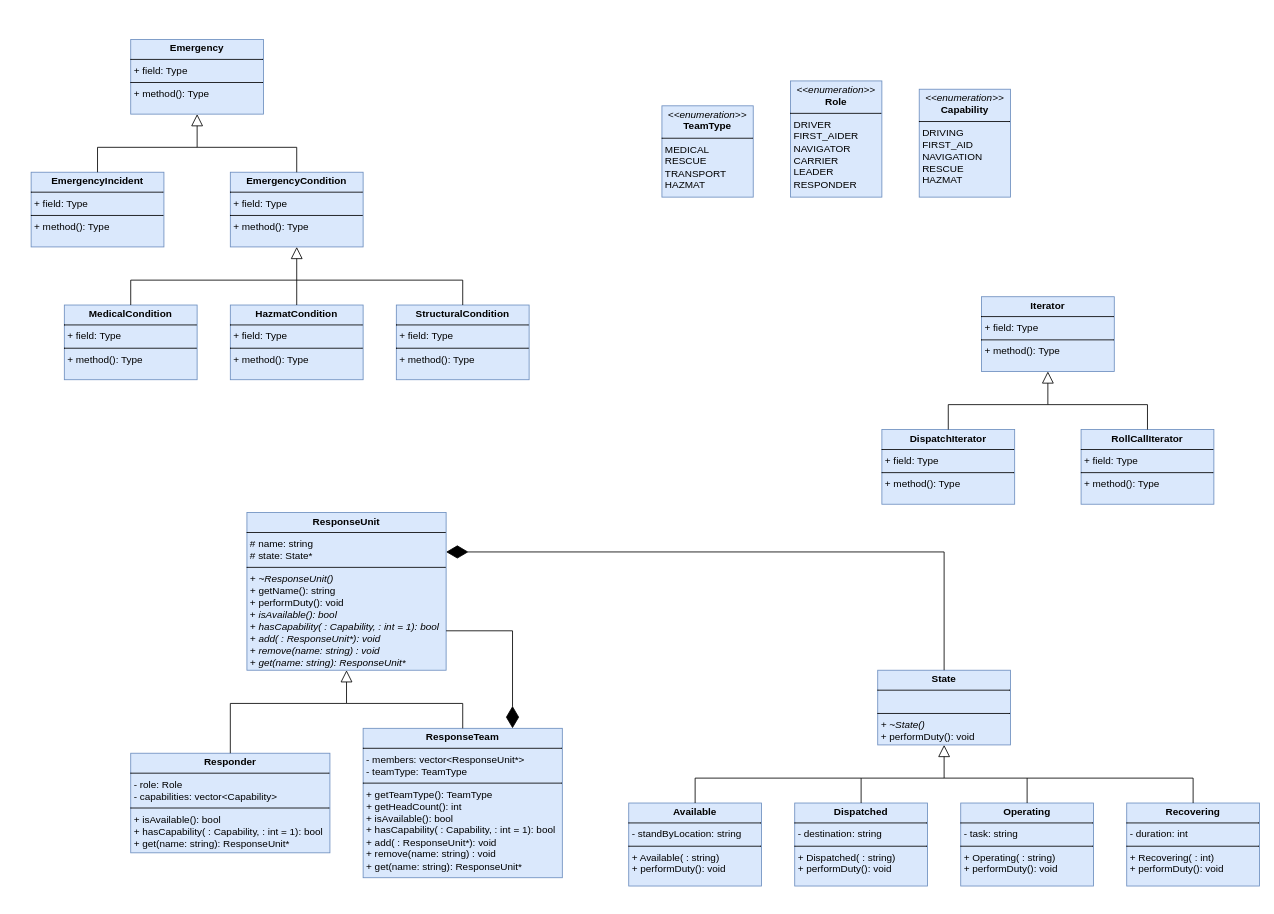
This is TaskForge_P4.drawio from KatNikKing/COS-214-Prac-4, a draw.io file, before an edit. Source tidied: cells renumbered, new cells numbered last; positions are measured from the earlier drawing's top-left corner, leaving out a move shared by most shapes. Both pictures are drawn from the tidied source at 83%, with x=0, y=0 at pixel (31, 39).
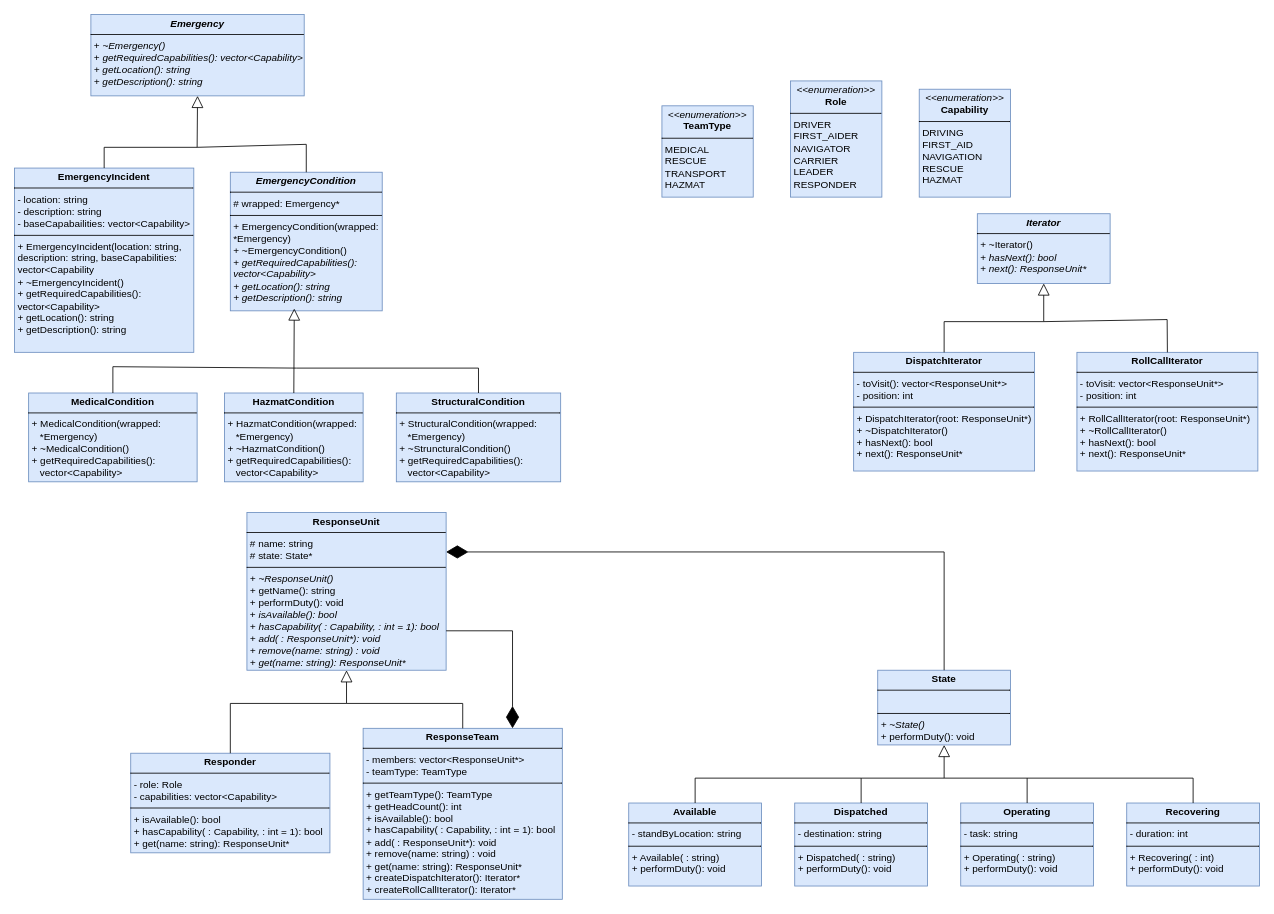
Above is the later version.

Commit message:
Added iterator and decorator to class diagram

Change to the diagram source:
```diff
@@
-    <mxCell id="12" value="&lt;p style=&quot;margin:0px;margin-top:4px;text-align:center;&quot;&gt;&lt;b&gt;Emergency&lt;/b&gt;&lt;/p&gt;&lt;hr size=&quot;1&quot; style=&quot;border-style:solid;&quot;&gt;&lt;p style=&quot;margin:0px;margin-left:4px;&quot;&gt;+ field: Type&lt;/p&gt;&lt;hr size=&quot;1&quot; style=&quot;border-style:solid;&quot;&gt;&lt;p style=&quot;margin:0px;margin-left:4px;&quot;&gt;+ method(): Type&lt;/p&gt;" style="verticalAlign=top;align=left;overflow=fill;html=1;whiteSpace=wrap;fillColor=#dae8fc;strokeColor=#6c8ebf;" parent="1" vertex="1">
-      <mxGeometry x="120" width="160" height="90" as="geometry" />
+    <mxCell id="12" value="&lt;p style=&quot;margin:0px;margin-top:4px;text-align:center;&quot;&gt;&lt;b&gt;&lt;i&gt;Emergency&lt;/i&gt;&lt;/b&gt;&lt;/p&gt;&lt;hr size=&quot;1&quot; style=&quot;border-style:solid;&quot;&gt;&lt;p style=&quot;margin:0px;margin-left:4px;&quot;&gt;+ &lt;i&gt;~Emergency()&lt;/i&gt;&lt;/p&gt;&lt;p style=&quot;margin:0px;margin-left:4px;&quot;&gt;&lt;span style=&quot;background-color: transparent; color: light-dark(rgb(0, 0, 0), rgb(255, 255, 255));&quot;&gt;+&lt;i&gt;&amp;nbsp;&lt;/i&gt;&lt;/span&gt;&lt;span style=&quot;background-color: transparent; color: light-dark(rgb(0, 0, 0), rgb(255, 255, 255));&quot;&gt;&lt;i&gt;getRequiredCapabilities(): vector&amp;lt;Capability&amp;gt;&lt;/i&gt;&lt;/span&gt;&lt;/p&gt;&lt;p style=&quot;margin:0px;margin-left:4px;&quot;&gt;&lt;span style=&quot;background-color: transparent; color: light-dark(rgb(0, 0, 0), rgb(255, 255, 255));&quot;&gt;&lt;i&gt;+ getLocation(): string&lt;/i&gt;&lt;/span&gt;&lt;/p&gt;&lt;p style=&quot;margin:0px;margin-left:4px;&quot;&gt;&lt;span style=&quot;background-color: transparent; color: light-dark(rgb(0, 0, 0), rgb(255, 255, 255));&quot;&gt;&lt;i&gt;+ getDescription(): string&lt;/i&gt;&lt;/span&gt;&lt;/p&gt;" style="verticalAlign=top;align=left;overflow=fill;html=1;whiteSpace=wrap;fillColor=#dae8fc;strokeColor=#6c8ebf;" parent="1" vertex="1">
+      <mxGeometry x="72" y="-30" width="257" height="98" as="geometry" />
     </mxCell>
-    <mxCell id="13" value="&lt;p style=&quot;margin:0px;margin-top:4px;text-align:center;&quot;&gt;&lt;b&gt;EmergencyIncident&lt;/b&gt;&lt;/p&gt;&lt;hr size=&quot;1&quot; style=&quot;border-style:solid;&quot;&gt;&lt;p style=&quot;margin:0px;margin-left:4px;&quot;&gt;+ field: Type&lt;/p&gt;&lt;hr size=&quot;1&quot; style=&quot;border-style:solid;&quot;&gt;&lt;p style=&quot;margin:0px;margin-left:4px;&quot;&gt;+ method(): Type&lt;/p&gt;" style="verticalAlign=top;align=left;overflow=fill;html=1;whiteSpace=wrap;fillColor=#dae8fc;strokeColor=#6c8ebf;" parent="1" vertex="1">
-      <mxGeometry y="160" width="160" height="90" as="geometry" />
+    <mxCell id="13" value="&lt;p style=&quot;margin:0px;margin-top:4px;text-align:center;&quot;&gt;&lt;b&gt;EmergencyIncident&lt;/b&gt;&lt;/p&gt;&lt;hr size=&quot;1&quot; style=&quot;border-style:solid;&quot;&gt;&lt;p style=&quot;margin:0px;margin-left:4px;&quot;&gt;- location: string&lt;/p&gt;&lt;p style=&quot;margin:0px;margin-left:4px;&quot;&gt;- description: string&lt;/p&gt;&lt;p style=&quot;margin:0px;margin-left:4px;&quot;&gt;- baseCapabailities: vector&amp;lt;Capability&amp;gt;&lt;/p&gt;&lt;hr size=&quot;1&quot; style=&quot;border-style:solid;&quot;&gt;&lt;p style=&quot;margin:0px;margin-left:4px;&quot;&gt;+ EmergencyIncident(location: string, description: string, baseCapabilities: vector&amp;lt;Capability&lt;/p&gt;&lt;p style=&quot;margin:0px;margin-left:4px;&quot;&gt;+ ~EmergencyIncident()&lt;/p&gt;&lt;p style=&quot;margin:0px;margin-left:4px;&quot;&gt;+ getRequiredCapabilities(): vector&amp;lt;Capability&amp;gt;&lt;/p&gt;&lt;p style=&quot;margin:0px;margin-left:4px;&quot;&gt;+ getLocation(): string&lt;/p&gt;&lt;p style=&quot;margin:0px;margin-left:4px;&quot;&gt;+ getDescription(): string&lt;/p&gt;" style="verticalAlign=top;align=left;overflow=fill;html=1;whiteSpace=wrap;fillColor=#dae8fc;strokeColor=#6c8ebf;" parent="1" vertex="1">
+      <mxGeometry x="-20" y="155" width="216" height="222" as="geometry" />
     </mxCell>
-    <mxCell id="14" value="&lt;p style=&quot;margin:0px;margin-top:4px;text-align:center;&quot;&gt;&lt;b&gt;EmergencyCondition&lt;/b&gt;&lt;/p&gt;&lt;hr size=&quot;1&quot; style=&quot;border-style:solid;&quot;&gt;&lt;p style=&quot;margin:0px;margin-left:4px;&quot;&gt;+ field: Type&lt;/p&gt;&lt;hr size=&quot;1&quot; style=&quot;border-style:solid;&quot;&gt;&lt;p style=&quot;margin:0px;margin-left:4px;&quot;&gt;+ method(): Type&lt;/p&gt;" style="verticalAlign=top;align=left;overflow=fill;html=1;whiteSpace=wrap;fillColor=#dae8fc;strokeColor=#6c8ebf;" parent="1" vertex="1">
-      <mxGeometry x="240" y="160" width="160" height="90" as="geometry" />
+    <mxCell id="14" value="&lt;p style=&quot;margin:0px;margin-top:4px;text-align:center;&quot;&gt;&lt;b&gt;&lt;i&gt;EmergencyCondition&lt;/i&gt;&lt;/b&gt;&lt;/p&gt;&lt;hr size=&quot;1&quot; style=&quot;border-style:solid;&quot;&gt;&lt;p style=&quot;margin:0px;margin-left:4px;&quot;&gt;# wrapped: Emergency*&lt;/p&gt;&lt;hr size=&quot;1&quot; style=&quot;border-style:solid;&quot;&gt;&lt;p style=&quot;margin:0px;margin-left:4px;&quot;&gt;+ EmergencyCondition(wrapped: *Emergency)&lt;/p&gt;&lt;p style=&quot;margin:0px;margin-left:4px;&quot;&gt;+ ~EmergencyCondition()&lt;/p&gt;&lt;p style=&quot;margin:0px;margin-left:4px;&quot;&gt;+ &lt;i&gt;getRequiredCapabilities(): vector&amp;lt;Capability&amp;gt;&lt;/i&gt;&lt;/p&gt;&lt;p style=&quot;margin:0px;margin-left:4px;&quot;&gt;&lt;i&gt;+ getLocation(): string&lt;/i&gt;&lt;/p&gt;&lt;p style=&quot;margin:0px;margin-left:4px;&quot;&gt;&lt;i&gt;+ getDescription(): string&lt;/i&gt;&lt;/p&gt;" style="verticalAlign=top;align=left;overflow=fill;html=1;whiteSpace=wrap;fillColor=#dae8fc;strokeColor=#6c8ebf;" parent="1" vertex="1">
+      <mxGeometry x="240" y="160" width="183" height="167" as="geometry" />
     </mxCell>
-    <mxCell id="15" value="&lt;p style=&quot;margin:0px;margin-top:4px;text-align:center;&quot;&gt;&lt;b&gt;MedicalCondition&lt;/b&gt;&lt;/p&gt;&lt;hr size=&quot;1&quot; style=&quot;border-style:solid;&quot;&gt;&lt;p style=&quot;margin:0px;margin-left:4px;&quot;&gt;+ field: Type&lt;/p&gt;&lt;hr size=&quot;1&quot; style=&quot;border-style:solid;&quot;&gt;&lt;p style=&quot;margin:0px;margin-left:4px;&quot;&gt;+ method(): Type&lt;/p&gt;" style="verticalAlign=top;align=left;overflow=fill;html=1;whiteSpace=wrap;fillColor=#dae8fc;strokeColor=#6c8ebf;" parent="1" vertex="1">
-      <mxGeometry x="40" y="320" width="160" height="90" as="geometry" />
+    <mxCell id="15" value="&lt;p style=&quot;margin:0px;margin-top:4px;text-align:center;&quot;&gt;&lt;b&gt;MedicalCondition&lt;/b&gt;&lt;/p&gt;&lt;hr size=&quot;1&quot; style=&quot;border-style:solid;&quot;&gt;&lt;p style=&quot;margin:0px;margin-left:4px;&quot;&gt;+ MedicalCondition(wrapped:&amp;nbsp; &amp;nbsp; &amp;nbsp; &amp;nbsp; &amp;nbsp; &amp;nbsp; &amp;nbsp; &amp;nbsp;*Emergency)&lt;/p&gt;&lt;p style=&quot;margin:0px;margin-left:4px;&quot;&gt;+ ~MedicalCondition()&lt;/p&gt;&lt;p style=&quot;margin:0px;margin-left:4px;&quot;&gt;+ getRequiredCapabilities():&amp;nbsp; &amp;nbsp; &amp;nbsp; &amp;nbsp; &amp;nbsp; &amp;nbsp; &amp;nbsp; &amp;nbsp; &amp;nbsp;vector&amp;lt;Capability&amp;gt;&lt;span style=&quot;white-space: pre;&quot;&gt;&#9;&lt;/span&gt;&lt;/p&gt;" style="verticalAlign=top;align=left;overflow=fill;html=1;whiteSpace=wrap;fillColor=#dae8fc;strokeColor=#6c8ebf;" parent="1" vertex="1">
+      <mxGeometry x="-3" y="426" width="203" height="107" as="geometry" />
     </mxCell>
-    <mxCell id="16" value="&lt;p style=&quot;margin:0px;margin-top:4px;text-align:center;&quot;&gt;&lt;b&gt;HazmatCondition&lt;/b&gt;&lt;/p&gt;&lt;hr size=&quot;1&quot; style=&quot;border-style:solid;&quot;&gt;&lt;p style=&quot;margin:0px;margin-left:4px;&quot;&gt;+ field: Type&lt;/p&gt;&lt;hr size=&quot;1&quot; style=&quot;border-style:solid;&quot;&gt;&lt;p style=&quot;margin:0px;margin-left:4px;&quot;&gt;+ method(): Type&lt;/p&gt;" style="verticalAlign=top;align=left;overflow=fill;html=1;whiteSpace=wrap;fillColor=#dae8fc;strokeColor=#6c8ebf;" parent="1" vertex="1">
-      <mxGeometry x="240" y="320" width="160" height="90" as="geometry" />
+    <mxCell id="16" value="&lt;p style=&quot;margin:0px;margin-top:4px;text-align:center;&quot;&gt;&lt;b&gt;HazmatCondition&lt;/b&gt;&lt;/p&gt;&lt;hr size=&quot;1&quot; style=&quot;border-style:solid;&quot;&gt;&lt;p style=&quot;margin:0px;margin-left:4px;&quot;&gt;+ HazmatCondition(wrapped:&amp;nbsp; &amp;nbsp; &amp;nbsp;*Emergency)&lt;/p&gt;&lt;p style=&quot;margin:0px;margin-left:4px;&quot;&gt;+ ~HazmatCondition()&lt;/p&gt;&lt;p style=&quot;margin:0px;margin-left:4px;&quot;&gt;+ getRequiredCapabilities():&amp;nbsp; &amp;nbsp; &amp;nbsp; &amp;nbsp;vector&amp;lt;Capability&amp;gt;&lt;/p&gt;&lt;p style=&quot;margin:0px;margin-left:4px;&quot;&gt;&lt;br&gt;&lt;/p&gt;" style="verticalAlign=top;align=left;overflow=fill;html=1;whiteSpace=wrap;fillColor=#dae8fc;strokeColor=#6c8ebf;" parent="1" vertex="1">
+      <mxGeometry x="233" y="426" width="167" height="107" as="geometry" />
     </mxCell>
-    <mxCell id="17" value="&lt;p style=&quot;margin:0px;margin-top:4px;text-align:center;&quot;&gt;&lt;b&gt;StructuralCondition&lt;/b&gt;&lt;/p&gt;&lt;hr size=&quot;1&quot; style=&quot;border-style:solid;&quot;&gt;&lt;p style=&quot;margin:0px;margin-left:4px;&quot;&gt;+ field: Type&lt;/p&gt;&lt;hr size=&quot;1&quot; style=&quot;border-style:solid;&quot;&gt;&lt;p style=&quot;margin:0px;margin-left:4px;&quot;&gt;+ method(): Type&lt;/p&gt;" style="verticalAlign=top;align=left;overflow=fill;html=1;whiteSpace=wrap;fillColor=#dae8fc;strokeColor=#6c8ebf;" parent="1" vertex="1">
-      <mxGeometry x="440" y="320" width="160" height="90" as="geometry" />
+    <mxCell id="17" value="&lt;p style=&quot;margin:0px;margin-top:4px;text-align:center;&quot;&gt;&lt;b&gt;StructuralCondition&lt;/b&gt;&lt;/p&gt;&lt;hr size=&quot;1&quot; style=&quot;border-style:solid;&quot;&gt;&lt;p style=&quot;margin:0px;margin-left:4px;&quot;&gt;&lt;/p&gt;&lt;p style=&quot;margin:0px;margin-left:4px;&quot;&gt;+ StructuralCondition(wrapped:&amp;nbsp; &amp;nbsp; &amp;nbsp; &amp;nbsp; &amp;nbsp; &amp;nbsp;*Emergency)&lt;/p&gt;&lt;p style=&quot;margin:0px;margin-left:4px;&quot;&gt;+ ~StruncturalCondition()&lt;/p&gt;&lt;p style=&quot;margin:0px;margin-left:4px;&quot;&gt;+ getRequiredCapabilities():&amp;nbsp; &amp;nbsp; &amp;nbsp; &amp;nbsp; &amp;nbsp; &amp;nbsp; &amp;nbsp; &amp;nbsp; &amp;nbsp;vector&amp;lt;Capability&amp;gt;&lt;/p&gt;" style="verticalAlign=top;align=left;overflow=fill;html=1;whiteSpace=wrap;fillColor=#dae8fc;strokeColor=#6c8ebf;" parent="1" vertex="1">
+      <mxGeometry x="440" y="426" width="198" height="107" as="geometry" />
     </mxCell>
@@
-    <mxCell id="19" style="endArrow=none;html=1;rounded=0;" parent="1" edge="1" source="13">
+    <mxCell id="19" style="endArrow=none;html=1;rounded=0;exitX=0.5;exitY=0;exitDx=0;exitDy=0;" parent="1" edge="1" source="13">
       <mxGeometry relative="1" as="geometry">
         <mxPoint x="200" y="130" as="targetPoint" />
         <Array as="points">
-          <mxPoint x="80" y="130" />
+          <mxPoint x="88" y="130" />
         </Array>
       </mxGeometry>
     </mxCell>
     <mxCell id="20" style="endArrow=none;html=1;rounded=0;entryX=0.5;entryY=0;entryDx=0;entryDy=0;" parent="1" edge="1" target="14">
       <mxGeometry relative="1" as="geometry">
         <mxPoint x="200" y="130" as="sourcePoint" />
         <Array as="points">
-          <mxPoint x="320" y="130" />
+          <mxPoint x="331.5" y="126.4" />
         </Array>
       </mxGeometry>
     </mxCell>
-    <mxCell id="21" style="endArrow=block;endFill=0;endSize=12;html=1;rounded=0;entryX=0.5;entryY=1;entryDx=0;entryDy=0;exitX=0.5;exitY=0;exitDx=0;exitDy=0;" parent="1" edge="1" source="16" target="14">
+    <mxCell id="21" style="endArrow=block;endFill=0;endSize=12;html=1;rounded=0;exitX=0.5;exitY=0;exitDx=0;exitDy=0;entryX=0.421;entryY=0.983;entryDx=0;entryDy=0;entryPerimeter=0;" parent="1" edge="1" source="16" target="14">
       <mxGeometry relative="1" as="geometry" />
     </mxCell>
     <mxCell id="22" style="endArrow=none;html=1;rounded=0;exitX=0.5;exitY=0;exitDx=0;exitDy=0;" parent="1" edge="1" source="15">
       <mxGeometry relative="1" as="geometry">
-        <mxPoint x="320" y="290" as="targetPoint" />
+        <mxPoint x="320" y="396" as="targetPoint" />
         <Array as="points">
-          <mxPoint x="120" y="290" />
+          <mxPoint x="98.5" y="394.3" />
         </Array>
       </mxGeometry>
     </mxCell>
     <mxCell id="23" style="endArrow=none;html=1;rounded=0;entryX=0.5;entryY=0;entryDx=0;entryDy=0;" parent="1" edge="1" target="17">
       <mxGeometry relative="1" as="geometry">
-        <mxPoint x="320" y="290" as="sourcePoint" />
+        <mxPoint x="320" y="396" as="sourcePoint" />
         <Array as="points">
-          <mxPoint x="520" y="290" />
+          <mxPoint x="539" y="396" />
         </Array>
       </mxGeometry>
     </mxCell>
@@
-    <mxCell id="25" value="&lt;p style=&quot;margin:0px;margin-top:4px;text-align:center;&quot;&gt;&lt;b&gt;ResponseTeam&lt;/b&gt;&lt;/p&gt;&lt;hr size=&quot;1&quot; style=&quot;border-style:solid;&quot;&gt;&lt;p style=&quot;margin:0px;margin-left:4px;&quot;&gt;- members: vector&amp;lt;ResponseUnit*&amp;gt;&lt;/p&gt;&lt;p style=&quot;margin:0px;margin-left:4px;&quot;&gt;- teamType: TeamType&lt;/p&gt;&lt;hr size=&quot;1&quot; style=&quot;border-style:solid;&quot;&gt;&lt;p style=&quot;margin:0px;margin-left:4px;&quot;&gt;+ getTeamType(): TeamType&lt;/p&gt;&lt;p style=&quot;margin:0px;margin-left:4px;&quot;&gt;&lt;i&gt;+ &lt;/i&gt;getHeadCount(): int&lt;/p&gt;&lt;p style=&quot;margin:0px;margin-left:4px;&quot;&gt;+ isAvailable(): bool&lt;/p&gt;&lt;p style=&quot;margin:0px;margin-left:4px;&quot;&gt;+ hasCapability( : Capability, : int = 1): bool&lt;/p&gt;&lt;p style=&quot;margin:0px;margin-left:4px;&quot;&gt;+ add( : ResponseUnit*): void&lt;/p&gt;&lt;p style=&quot;margin:0px;margin-left:4px;&quot;&gt;+ remove(name: string) : void&lt;/p&gt;&lt;p style=&quot;margin:0px;margin-left:4px;&quot;&gt;+ get(name: string): ResponseUnit*&lt;/p&gt;" style="verticalAlign=top;align=left;overflow=fill;html=1;whiteSpace=wrap;fillColor=#dae8fc;strokeColor=#6c8ebf;" parent="1" vertex="1">
-      <mxGeometry x="400" y="830" width="240" height="180" as="geometry" />
+    <mxCell id="25" value="&lt;p style=&quot;margin:0px;margin-top:4px;text-align:center;&quot;&gt;&lt;b&gt;ResponseTeam&lt;/b&gt;&lt;/p&gt;&lt;hr size=&quot;1&quot; style=&quot;border-style:solid;&quot;&gt;&lt;p style=&quot;margin:0px;margin-left:4px;&quot;&gt;- members: vector&amp;lt;ResponseUnit*&amp;gt;&lt;/p&gt;&lt;p style=&quot;margin:0px;margin-left:4px;&quot;&gt;- teamType: TeamType&lt;/p&gt;&lt;hr size=&quot;1&quot; style=&quot;border-style:solid;&quot;&gt;&lt;p style=&quot;margin:0px;margin-left:4px;&quot;&gt;+ getTeamType(): TeamType&lt;/p&gt;&lt;p style=&quot;margin:0px;margin-left:4px;&quot;&gt;&lt;i&gt;+ &lt;/i&gt;getHeadCount(): int&lt;/p&gt;&lt;p style=&quot;margin:0px;margin-left:4px;&quot;&gt;+ isAvailable(): bool&lt;/p&gt;&lt;p style=&quot;margin:0px;margin-left:4px;&quot;&gt;+ hasCapability( : Capability, : int = 1): bool&lt;/p&gt;&lt;p style=&quot;margin:0px;margin-left:4px;&quot;&gt;+ add( : ResponseUnit*): void&lt;/p&gt;&lt;p style=&quot;margin:0px;margin-left:4px;&quot;&gt;+ remove(name: string) : void&lt;/p&gt;&lt;p style=&quot;margin:0px;margin-left:4px;&quot;&gt;+ get(name: string): ResponseUnit*&lt;/p&gt;&lt;p style=&quot;margin:0px;margin-left:4px;&quot;&gt;+ createDispatchIterator(): Iterator*&lt;/p&gt;&lt;p style=&quot;margin:0px;margin-left:4px;&quot;&gt;+ createRollCallIterator(): Iterator*&lt;/p&gt;" style="verticalAlign=top;align=left;overflow=fill;html=1;whiteSpace=wrap;fillColor=#dae8fc;strokeColor=#6c8ebf;" parent="1" vertex="1">
+      <mxGeometry x="400" y="830" width="240" height="206" as="geometry" />
     </mxCell>
@@
-    <mxCell id="31" value="&lt;p style=&quot;margin:0px;margin-top:4px;text-align:center;&quot;&gt;&lt;b&gt;Iterator&lt;/b&gt;&lt;/p&gt;&lt;hr size=&quot;1&quot; style=&quot;border-style:solid;&quot;&gt;&lt;p style=&quot;margin:0px;margin-left:4px;&quot;&gt;+ field: Type&lt;/p&gt;&lt;hr size=&quot;1&quot; style=&quot;border-style:solid;&quot;&gt;&lt;p style=&quot;margin:0px;margin-left:4px;&quot;&gt;+ method(): Type&lt;/p&gt;" style="verticalAlign=top;align=left;overflow=fill;html=1;whiteSpace=wrap;fillColor=#dae8fc;strokeColor=#6c8ebf;" parent="1" vertex="1">
-      <mxGeometry x="1145" y="310" width="160" height="90" as="geometry" />
+    <mxCell id="31" value="&lt;p style=&quot;margin:0px;margin-top:4px;text-align:center;&quot;&gt;&lt;b&gt;&lt;i&gt;Iterator&lt;/i&gt;&lt;/b&gt;&lt;/p&gt;&lt;hr size=&quot;1&quot; style=&quot;border-style:solid;&quot;&gt;&lt;p style=&quot;margin:0px;margin-left:4px;&quot;&gt;+ ~Iterator()&lt;/p&gt;&lt;p style=&quot;margin:0px;margin-left:4px;&quot;&gt;+ &lt;i&gt;hasNext(): bool&lt;/i&gt;&lt;/p&gt;&lt;p style=&quot;margin:0px;margin-left:4px;&quot;&gt;+&lt;i&gt; next(): ResponseUnit*&lt;/i&gt;&lt;/p&gt;" style="verticalAlign=top;align=left;overflow=fill;html=1;whiteSpace=wrap;fillColor=#dae8fc;strokeColor=#6c8ebf;" parent="1" vertex="1">
+      <mxGeometry x="1140" y="210" width="160" height="84" as="geometry" />
     </mxCell>
-    <mxCell id="32" value="&lt;p style=&quot;margin:0px;margin-top:4px;text-align:center;&quot;&gt;&lt;b&gt;DispatchIterator&lt;/b&gt;&lt;/p&gt;&lt;hr size=&quot;1&quot; style=&quot;border-style:solid;&quot;&gt;&lt;p style=&quot;margin:0px;margin-left:4px;&quot;&gt;+ field: Type&lt;/p&gt;&lt;hr size=&quot;1&quot; style=&quot;border-style:solid;&quot;&gt;&lt;p style=&quot;margin:0px;margin-left:4px;&quot;&gt;+ method(): Type&lt;/p&gt;" style="verticalAlign=top;align=left;overflow=fill;html=1;whiteSpace=wrap;fillColor=#dae8fc;strokeColor=#6c8ebf;" parent="1" vertex="1">
-      <mxGeometry x="1025" y="470" width="160" height="90" as="geometry" />
+    <mxCell id="32" value="&lt;p style=&quot;margin:0px;margin-top:4px;text-align:center;&quot;&gt;&lt;b&gt;DispatchIterator&lt;/b&gt;&lt;/p&gt;&lt;hr size=&quot;1&quot; style=&quot;border-style:solid;&quot;&gt;&lt;p style=&quot;margin:0px;margin-left:4px;&quot;&gt;- toVisit(): vector&amp;lt;ResponseUnit*&amp;gt;&amp;nbsp;&lt;/p&gt;&lt;p style=&quot;margin:0px;margin-left:4px;&quot;&gt;- position: int&lt;/p&gt;&lt;hr size=&quot;1&quot; style=&quot;border-style:solid;&quot;&gt;&lt;p style=&quot;margin:0px;margin-left:4px;&quot;&gt;+ DispatchIterator(root: ResponseUnit*)&lt;/p&gt;&lt;p style=&quot;margin:0px;margin-left:4px;&quot;&gt;+ ~DispatchIterator()&lt;/p&gt;&lt;p style=&quot;margin:0px;margin-left:4px;&quot;&gt;+ hasNext(): bool&lt;/p&gt;&lt;p style=&quot;margin:0px;margin-left:4px;&quot;&gt;+ next(): ResponseUnit*&lt;/p&gt;" style="verticalAlign=top;align=left;overflow=fill;html=1;whiteSpace=wrap;fillColor=#dae8fc;strokeColor=#6c8ebf;" parent="1" vertex="1">
+      <mxGeometry x="991" y="377" width="218" height="143" as="geometry" />
     </mxCell>
-    <mxCell id="33" value="&lt;p style=&quot;margin:0px;margin-top:4px;text-align:center;&quot;&gt;&lt;b&gt;RollCallIterator&lt;/b&gt;&lt;/p&gt;&lt;hr size=&quot;1&quot; style=&quot;border-style:solid;&quot;&gt;&lt;p style=&quot;margin:0px;margin-left:4px;&quot;&gt;+ field: Type&lt;/p&gt;&lt;hr size=&quot;1&quot; style=&quot;border-style:solid;&quot;&gt;&lt;p style=&quot;margin:0px;margin-left:4px;&quot;&gt;+ method(): Type&lt;/p&gt;" style="verticalAlign=top;align=left;overflow=fill;html=1;whiteSpace=wrap;fillColor=#dae8fc;strokeColor=#6c8ebf;" parent="1" vertex="1">
-      <mxGeometry x="1265" y="470" width="160" height="90" as="geometry" />
+    <mxCell id="33" value="&lt;p style=&quot;margin:0px;margin-top:4px;text-align:center;&quot;&gt;&lt;b&gt;RollCallIterator&lt;/b&gt;&lt;/p&gt;&lt;hr size=&quot;1&quot; style=&quot;border-style:solid;&quot;&gt;&lt;p style=&quot;margin:0px;margin-left:4px;&quot;&gt;- toVisit: vector&amp;lt;ResponseUnit*&amp;gt;&lt;/p&gt;&lt;p style=&quot;margin:0px;margin-left:4px;&quot;&gt;- position: int&lt;/p&gt;&lt;hr size=&quot;1&quot; style=&quot;border-style:solid;&quot;&gt;&lt;p style=&quot;margin:0px;margin-left:4px;&quot;&gt;+ RollCallIterator(root: ResponseUnit*)&lt;/p&gt;&lt;p style=&quot;margin:0px;margin-left:4px;&quot;&gt;+ ~RollCallIterator()&lt;/p&gt;&lt;p style=&quot;margin:0px;margin-left:4px;&quot;&gt;+ hasNext(): bool&lt;/p&gt;&lt;p style=&quot;margin:0px;margin-left:4px;&quot;&gt;+ next(): ResponseUnit*&lt;/p&gt;&lt;p style=&quot;margin:0px;margin-left:4px;&quot;&gt;&lt;br&gt;&lt;/p&gt;" style="verticalAlign=top;align=left;overflow=fill;html=1;whiteSpace=wrap;fillColor=#dae8fc;strokeColor=#6c8ebf;" parent="1" vertex="1">
+      <mxGeometry x="1260" y="377" width="218" height="143" as="geometry" />
     </mxCell>
     <mxCell id="34" style="endArrow=block;endFill=0;endSize=12;html=1;rounded=0;entryX=0.5;entryY=1;entryDx=0;entryDy=0;" parent="1" edge="1" target="31">
       <mxGeometry relative="1" as="geometry">
-        <mxPoint x="1225" y="440" as="sourcePoint" />
+        <mxPoint x="1220" y="340" as="sourcePoint" />
       </mxGeometry>
     </mxCell>
     <mxCell id="35" style="endArrow=none;html=1;rounded=0;exitX=0.5;exitY=0;exitDx=0;exitDy=0;" parent="1" edge="1" source="32">
       <mxGeometry relative="1" as="geometry">
-        <mxPoint x="1225" y="440" as="targetPoint" />
+        <mxPoint x="1220" y="340" as="targetPoint" />
         <Array as="points">
-          <mxPoint x="1105" y="440" />
+          <mxPoint x="1100" y="340" />
         </Array>
       </mxGeometry>
     </mxCell>
     <mxCell id="36" style="endArrow=none;html=1;rounded=0;entryX=0.5;entryY=0;entryDx=0;entryDy=0;" parent="1" edge="1" target="33">
       <mxGeometry relative="1" as="geometry">
-        <mxPoint x="1225" y="440" as="sourcePoint" />
+        <mxPoint x="1220" y="340" as="sourcePoint" />
         <Array as="points">
-          <mxPoint x="1345" y="440" />
+          <mxPoint x="1368.7" y="337.5" />
         </Array>
       </mxGeometry>
     </mxCell>
```
